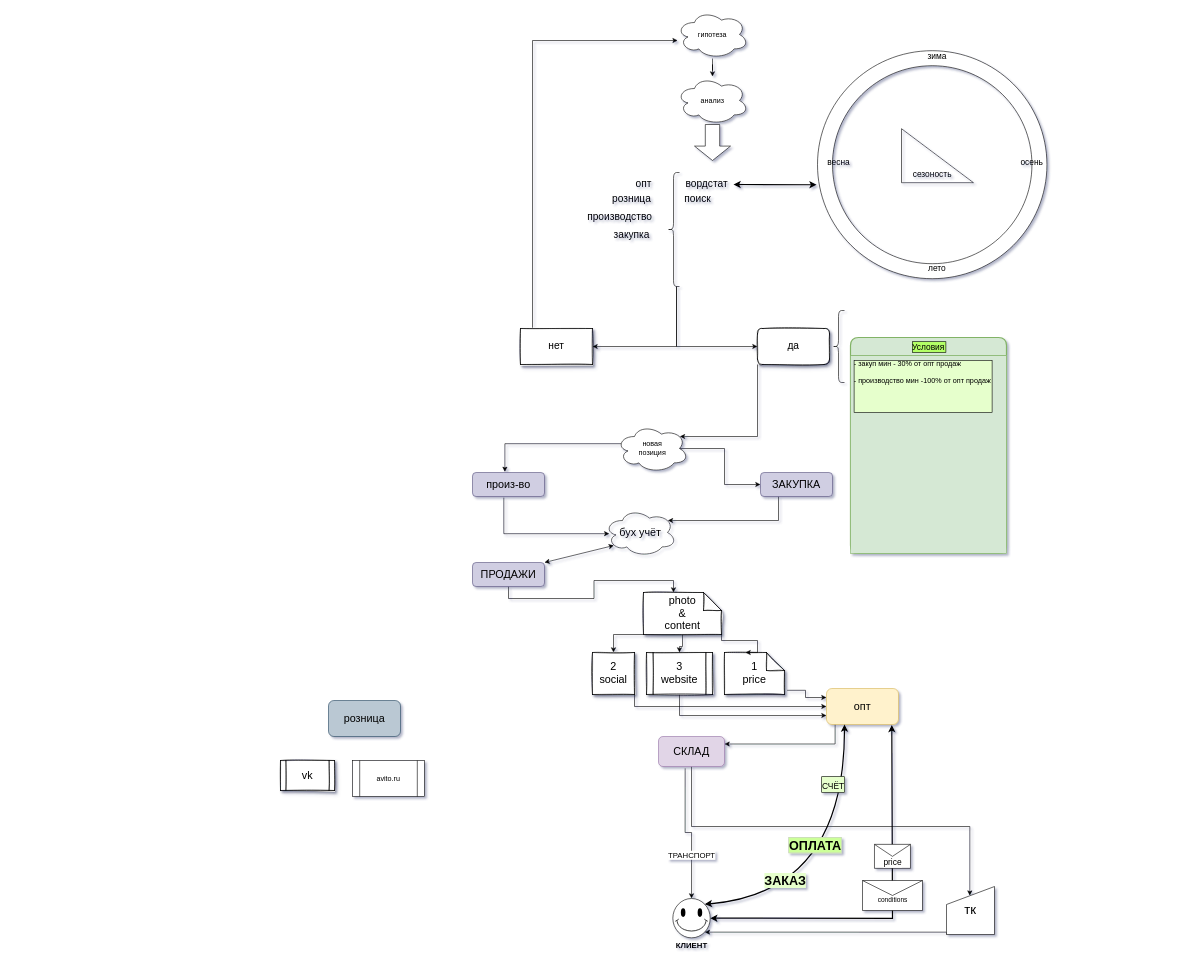
m11nic89co/ecom.net.ru keeps this draw.io diagram as Untitled Diagram.drawio. Above is the earlier version. Source tidied: cells renumbered, new cells numbered last; positions are measured from the earlier drawing's top-left corner, leaving out a move shared by most shapes. Both pictures are drawn from the tidied source at 60%, with x=0, y=0 at pixel (280, 10).
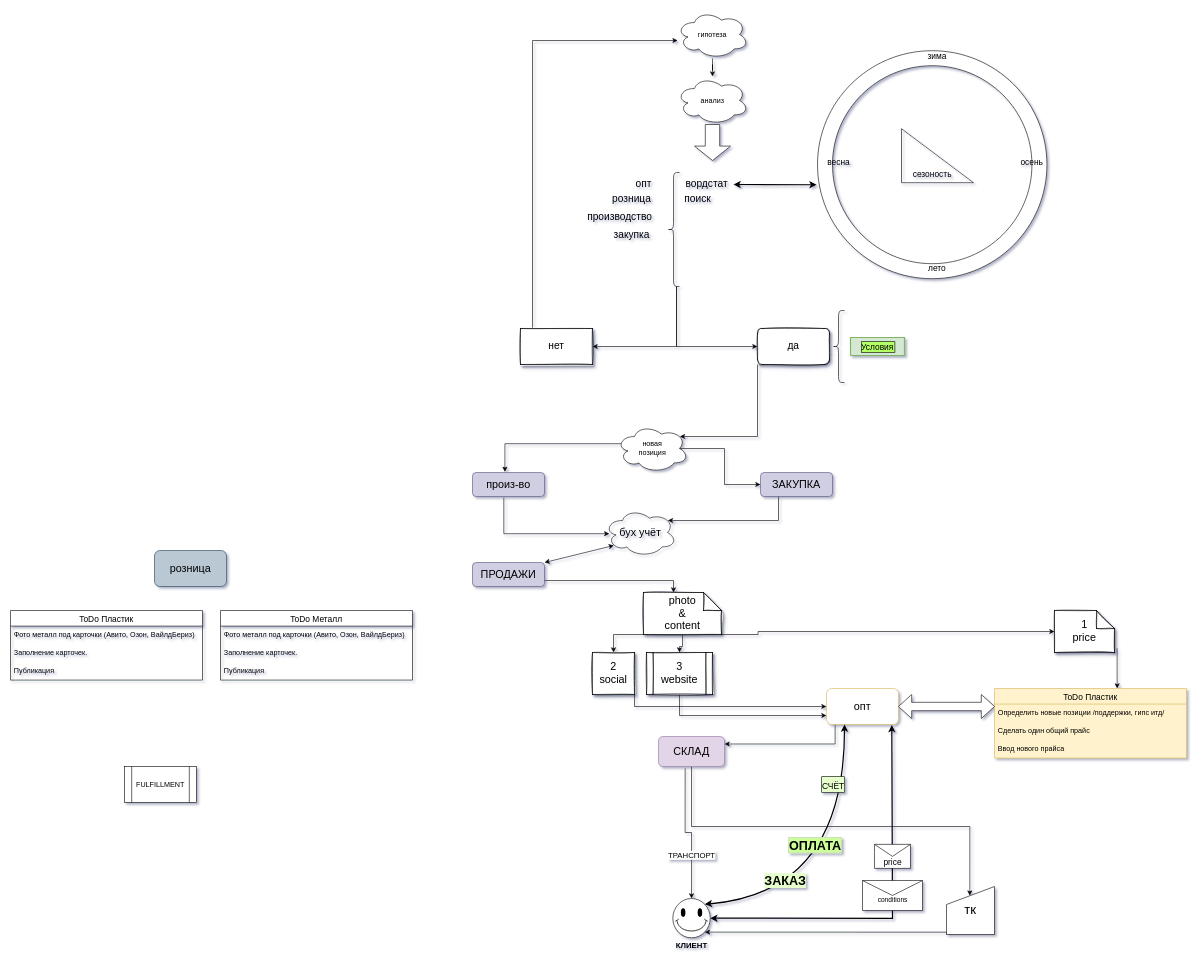
Above is the later version.

The change refers to these unchanged cells:
```xml
<mxCell id="11" value="ПРОДАЖИ" style="rounded=1;whiteSpace=wrap;html=1;shadow=0;fontSize=18;fillColor=#d0cee2;strokeColor=#56517e;" parent="1" vertex="1">
  <mxGeometry x="320" y="920" width="120" height="40" as="geometry" />
</mxCell>
<mxCell id="20" value="photo&lt;br&gt;&amp;amp;&lt;br&gt;content" style="shape=note;whiteSpace=wrap;html=1;backgroundOutline=1;darkOpacity=0.05;shadow=1;fontSize=18;sketch=1;" parent="1" vertex="1">
  <mxGeometry x="605" y="970" width="130" height="70" as="geometry" />
</mxCell>
```

Change to the diagram source:
```diff
@@
-    <mxCell id="3" value="&lt;font style=&quot;font-size: 18px;&quot;&gt;&lt;font style=&quot;font-size: 18px;&quot;&gt;опт&lt;/font&gt;&lt;/font&gt;" style="rounded=1;whiteSpace=wrap;html=1;fillColor=#fff2cc;strokeColor=#d6b656;shadow=0;" parent="1" vertex="1">
+    <mxCell id="3" value="&lt;font style=&quot;font-size: 18px;&quot;&gt;&lt;font style=&quot;font-size: 18px;&quot;&gt;опт&lt;/font&gt;&lt;/font&gt;" style="rounded=1;whiteSpace=wrap;html=1;fillColor=#FFFFFF;strokeColor=#d6b656;shadow=0;" parent="1" vertex="1">
       <mxGeometry x="910" y="1130" width="120" height="60" as="geometry" />
     </mxCell>
@@
     <mxCell id="9" value="розница" style="rounded=1;whiteSpace=wrap;html=1;shadow=0;fontSize=18;fillColor=#bac8d3;strokeColor=#23445d;" parent="1" vertex="1">
-      <mxGeometry x="80" y="1150" width="120" height="60" as="geometry" />
+      <mxGeometry x="-210" y="900" width="120" height="60" as="geometry" />
     </mxCell>
-    <mxCell id="10" style="edgeStyle=orthogonalEdgeStyle;rounded=0;jettySize=auto;html=1;exitX=0.5;exitY=1;exitDx=0;exitDy=0;fontSize=18;entryX=0;entryY=0;entryDx=50;entryDy=0;entryPerimeter=0;" parent="1" edge="1" source="11" target="20">
+    <mxCell id="10" style="edgeStyle=orthogonalEdgeStyle;rounded=0;jettySize=auto;html=1;exitX=1;exitY=0.75;exitDx=0;exitDy=0;fontSize=18;entryX=0;entryY=0;entryDx=50;entryDy=0;entryPerimeter=0;" parent="1" edge="1" source="11" target="20">
       <mxGeometry relative="1" as="geometry" />
     </mxCell>
@@
-    <mxCell id="12" style="edgeStyle=orthogonalEdgeStyle;rounded=0;jettySize=auto;html=1;exitX=1.044;exitY=0.9;exitDx=0;exitDy=0;exitPerimeter=0;entryX=0;entryY=0.25;entryDx=0;entryDy=0;" parent="1" edge="1" source="13" target="3">
+    <mxCell id="12" style="edgeStyle=orthogonalEdgeStyle;rounded=0;jettySize=auto;html=1;exitX=1.044;exitY=0.9;exitDx=0;exitDy=0;exitPerimeter=0;entryX=0.639;entryY=0;entryDx=0;entryDy=0;entryPerimeter=0;" parent="1" edge="1" source="13" target="83">
       <mxGeometry relative="1" as="geometry" />
     </mxCell>
     <mxCell id="13" value="1&lt;br&gt;price" style="shape=note;whiteSpace=wrap;html=1;backgroundOutline=1;darkOpacity=0.05;shadow=1;fontSize=18;sketch=1;" parent="1" vertex="1">
-      <mxGeometry x="740" y="1070" width="100" height="70" as="geometry" />
+      <mxGeometry x="1290" y="1000" width="100" height="70" as="geometry" />
     </mxCell>
-    <mxCell id="14" value="vk" style="shape=process;whiteSpace=wrap;html=1;backgroundOutline=1;shadow=1;sketch=1;fontSize=18;" parent="1" vertex="1">
-      <mxGeometry y="1250" width="90" height="50" as="geometry" />
-    </mxCell>
@@
-    <mxCell id="17" style="edgeStyle=orthogonalEdgeStyle;rounded=0;jettySize=auto;html=1;exitX=1;exitY=1;exitDx=0;exitDy=0;exitPerimeter=0;fontSize=18;entryX=0;entryY=0;entryDx=35;entryDy=0;entryPerimeter=0;" parent="1" edge="1" source="20" target="13">
-      <mxGeometry relative="1" as="geometry">
-        <Array as="points">
-          <mxPoint x="735" y="1050" />
-          <mxPoint x="795" y="1050" />
-        </Array>
-      </mxGeometry>
-    </mxCell>
@@
+    <mxCell id="74" style="edgeStyle=orthogonalEdgeStyle;rounded=0;jettySize=auto;html=1;entryX=0;entryY=0.5;entryDx=0;entryDy=0;entryPerimeter=0;" parent="1" edge="1" target="13">
+      <mxGeometry relative="1" as="geometry">
+        <mxPoint x="735" y="1035" as="sourcePoint" />
+        <Array as="points">
+          <mxPoint x="796" y="1040" />
+          <mxPoint x="796" y="1035" />
+        </Array>
+      </mxGeometry>
+    </mxCell>
@@
-    <mxCell id="25" value="avito.ru" style="shape=process;whiteSpace=wrap;html=1;backgroundOutline=1;" parent="1" vertex="1">
-      <mxGeometry x="120" y="1250" width="120" height="60" as="geometry" />
+    <mxCell id="25" value="FULFILLMENT" style="shape=process;whiteSpace=wrap;html=1;backgroundOutline=1;" parent="1" vertex="1">
+      <mxGeometry x="-260" y="1260" width="120" height="60" as="geometry" />
     </mxCell>
@@
-    <mxCell id="64" value="Условия" style="swimlane;horizontal=1;startSize=30;rounded=1;fontSize=14;fontStyle=0;strokeWidth=2;shadow=0;dashed=0;align=center;labelBackgroundColor=#B3FF66;labelBorderColor=default;sketch=0;fillColor=#d5e8d4;strokeColor=#82b366;swimlaneFillColor=default;" parent="1" vertex="1">
-      <mxGeometry x="950" y="545" width="260" height="360" as="geometry" />
+    <mxCell id="64" value="Условия" style="swimlane;horizontal=1;startSize=30;rounded=1;fontSize=14;fontStyle=0;strokeWidth=2;shadow=0;dashed=0;align=center;labelBackgroundColor=#B3FF66;labelBorderColor=default;sketch=0;fillColor=#d5e8d4;strokeColor=#82b366;swimlaneFillColor=default;" parent="1" vertex="1" collapsed="1">
+      <mxGeometry x="950" y="545" width="90" height="30" as="geometry" />
     </mxCell>
-    <mxCell id="65" value="- закуп мин - 30% от опт продаж&#10;&#10;- производство мин -100% от опт продаж&#10;&#10;  &#10; " style="align=left;spacingLeft=4;fontSize=12;verticalAlign=top;rounded=0;shadow=0;labelBackgroundColor=#E6FFCC;labelBorderColor=default;sketch=0;fillColor=#d5e8d4;strokeColor=#82b366;fontStyle=0;" parent="64" vertex="1">
-      <mxGeometry y="30" width="260" height="330" as="geometry" />
-    </mxCell>
@@
+    <mxCell id="75" value="ToDo Металл" style="swimlane;fontStyle=0;horizontal=1;startSize=26;align=center;fontSize=14;" parent="1" vertex="1">
+      <mxGeometry x="-100" y="1000" width="320" height="116" as="geometry" />
+    </mxCell>
+    <mxCell id="76" value="Фото металл под карточки (Авито, Озон, ВайлдБериз)" style="text;strokeColor=none;fillColor=none;spacingLeft=4;spacingRight=4;overflow=hidden;fontSize=12;" parent="75" vertex="1">
+      <mxGeometry y="26" width="320" height="30" as="geometry" />
+    </mxCell>
+    <mxCell id="77" value="Заполнение карточек. " style="text;strokeColor=none;fillColor=none;spacingLeft=4;spacingRight=4;overflow=hidden;fontSize=12;" parent="75" vertex="1">
+      <mxGeometry y="56" width="320" height="30" as="geometry" />
+    </mxCell>
+    <mxCell id="78" value="Публикация" style="text;strokeColor=none;fillColor=none;spacingLeft=4;spacingRight=4;overflow=hidden;fontSize=12;" parent="75" vertex="1">
+      <mxGeometry y="86" width="320" height="30" as="geometry" />
+    </mxCell>
+    <mxCell id="79" value="ToDo Пластик" style="swimlane;fontStyle=0;horizontal=1;startSize=26;align=center;fontSize=14;" parent="1" vertex="1">
+      <mxGeometry x="-450" y="1000" width="320" height="116" as="geometry" />
+    </mxCell>
+    <mxCell id="80" value="Фото металл под карточки (Авито, Озон, ВайлдБериз)" style="text;strokeColor=none;fillColor=none;spacingLeft=4;spacingRight=4;overflow=hidden;fontSize=12;" parent="79" vertex="1">
+      <mxGeometry y="26" width="320" height="30" as="geometry" />
+    </mxCell>
+    <mxCell id="81" value="Заполнение карточек. " style="text;strokeColor=none;fillColor=none;spacingLeft=4;spacingRight=4;overflow=hidden;fontSize=12;" parent="79" vertex="1">
+      <mxGeometry y="56" width="320" height="30" as="geometry" />
+    </mxCell>
+    <mxCell id="82" value="Публикация" style="text;strokeColor=none;fillColor=none;spacingLeft=4;spacingRight=4;overflow=hidden;fontSize=12;" parent="79" vertex="1">
+      <mxGeometry y="86" width="320" height="30" as="geometry" />
+    </mxCell>
+    <mxCell id="83" value="ToDo Пластик" style="swimlane;fontStyle=0;horizontal=1;startSize=26;align=center;fontSize=14;fillColor=#fff2cc;strokeColor=#d6b656;swimlaneFillColor=#FFF2CC;" parent="1" vertex="1">
+      <mxGeometry x="1190" y="1130" width="320" height="116" as="geometry" />
+    </mxCell>
+    <mxCell id="84" value="Определить новые позиции /поддержки, гипс итд/" style="text;strokeColor=none;fillColor=none;spacingLeft=4;spacingRight=4;overflow=hidden;fontSize=12;" parent="83" vertex="1">
+      <mxGeometry y="26" width="320" height="30" as="geometry" />
+    </mxCell>
+    <mxCell id="85" value="Сделать один общий прайс" style="text;strokeColor=none;fillColor=none;spacingLeft=4;spacingRight=4;overflow=hidden;fontSize=12;" parent="83" vertex="1">
+      <mxGeometry y="56" width="320" height="30" as="geometry" />
+    </mxCell>
+    <mxCell id="86" value="Ввод нового прайса" style="text;strokeColor=none;fillColor=none;spacingLeft=4;spacingRight=4;overflow=hidden;fontSize=12;" parent="83" vertex="1">
+      <mxGeometry y="86" width="320" height="30" as="geometry" />
+    </mxCell>
+    <mxCell id="87" style="html=1;shadow=0;dashed=0;align=center;verticalAlign=middle;shape=mxgraph.arrows2.twoWayArrow;dy=0.65;dx=22;" parent="1" vertex="1">
+      <mxGeometry x="1030" y="1140" width="160" height="40" as="geometry" />
+    </mxCell>
```
